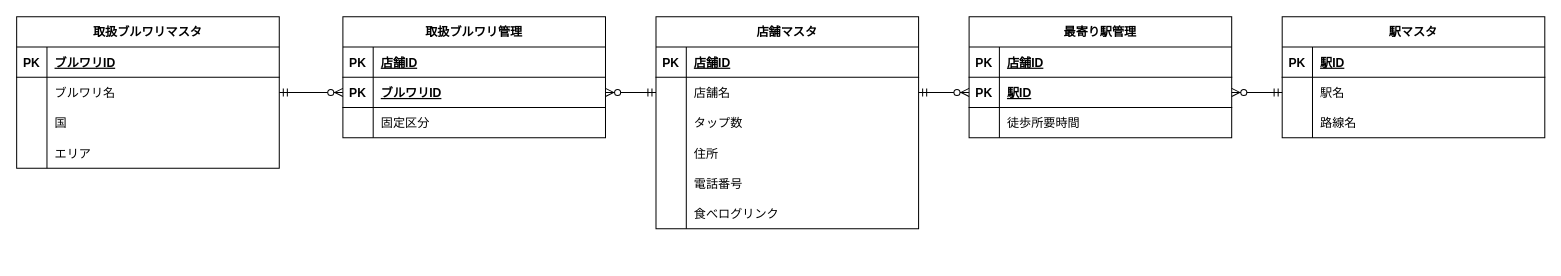
Before: page "論理モデル" (2 of 2) of EntityRelationshipDiagram.drawio in ngnmsn/CraftBeerBarDataBaseDesign, a draw.io diagram. Source tidied: cells renumbered, new cells numbered last; positions are measured from the earlier drawing's top-left corner, leaving out a move shared by most shapes. Both pictures are drawn from the tidied source at 101%, with x=0, y=0 at pixel (16, 16).
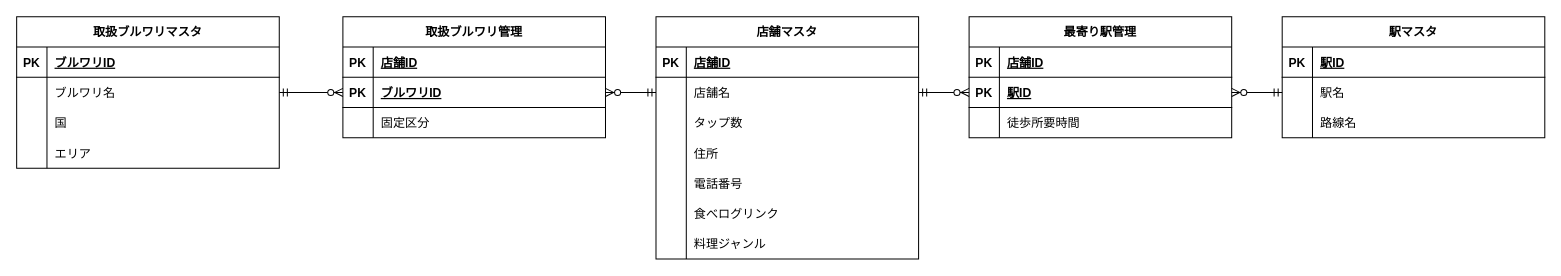
The same diagram, later.

Commit message:
Table Format Modify: Food Style

What changed in the source:
```diff
@@
     <mxCell id="2" value="店舗マスタ" style="shape=table;startSize=30;childLayout=tableLayout;rowLines=0;fontStyle=1;align=center;" parent="1" vertex="1">
-      <mxGeometry x="633" width="260" height="210" as="geometry" />
+      <mxGeometry x="633" width="260" height="240" as="geometry" />
     </mxCell>
@@
+    <mxCell id="68" style="shape=partialRectangle;fillColor=none;top=0;left=0;bottom=0;right=0;" parent="2" vertex="1">
+      <mxGeometry y="210" width="260" height="30" as="geometry" />
+    </mxCell>
+    <mxCell id="69" style="shape=partialRectangle;fillColor=none;top=0;left=0;bottom=0;right=0;overflow=hidden;" parent="68" vertex="1">
+      <mxGeometry width="30" height="30" as="geometry" />
+    </mxCell>
+    <mxCell id="70" value="料理ジャンル" style="shape=partialRectangle;fillColor=none;top=0;left=0;bottom=0;right=0;align=left;spacingLeft=6;overflow=hidden;" parent="68" vertex="1">
+      <mxGeometry x="30" width="230" height="30" as="geometry" />
+    </mxCell>
```
